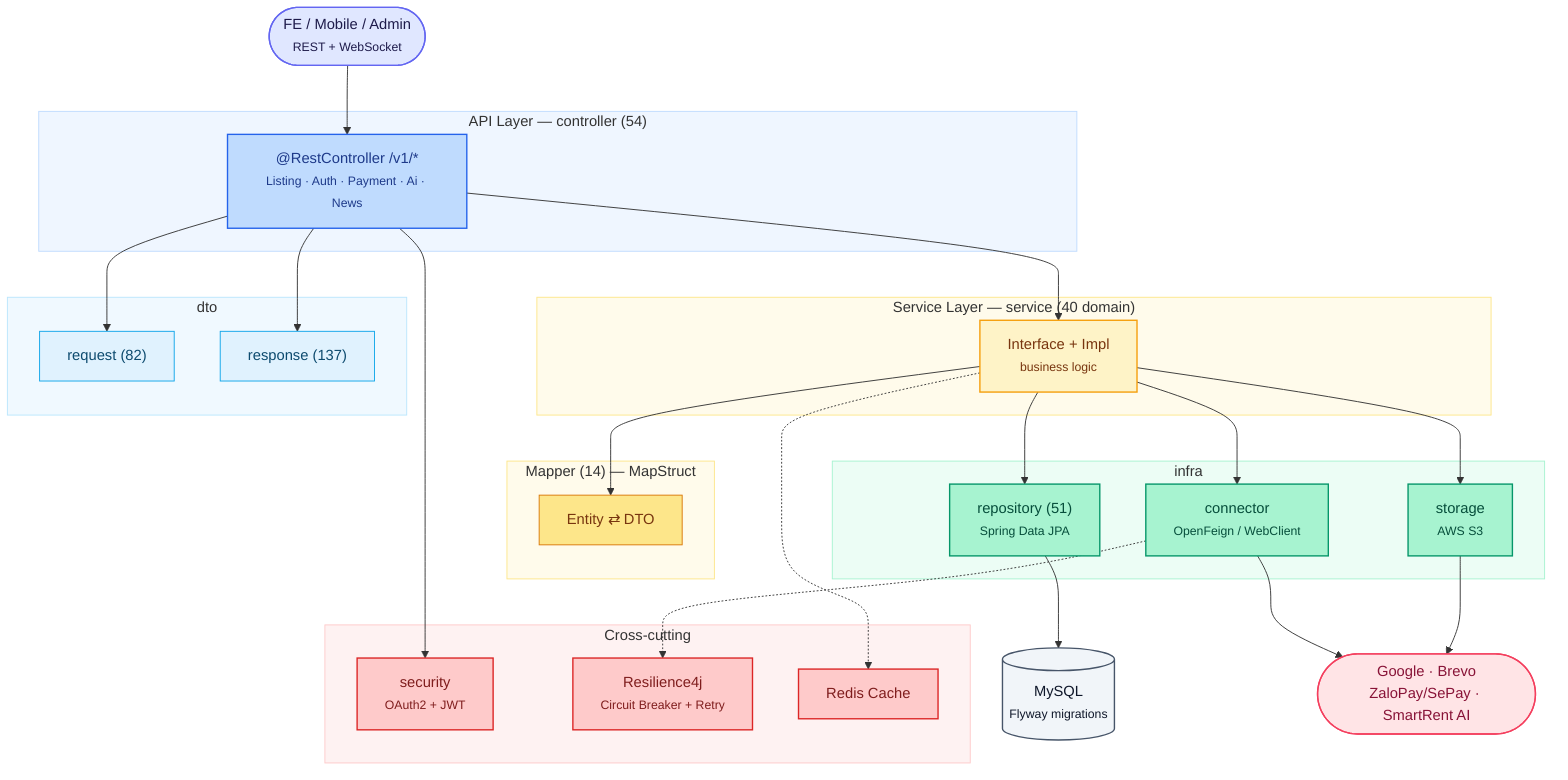
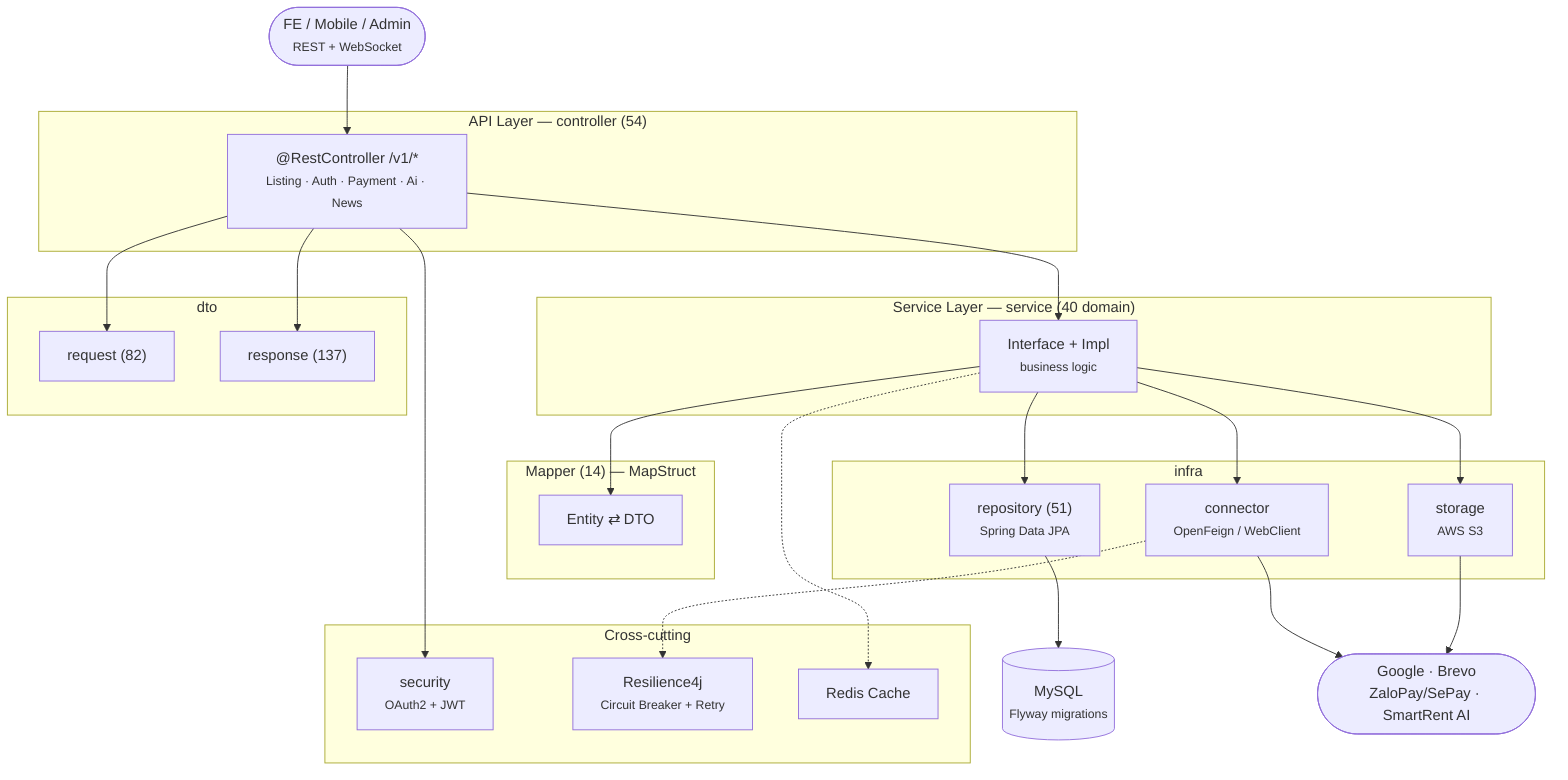
flowchart TB
 Client(["FE / Mobile / Admin<br/><small>REST + WebSocket</small>"])
 subgraph API["API Layer — controller (54)"]
 Ctrl["@RestController /v1/*<br/><small>Listing · Auth · Payment · Ai · News</small>"]
 end
 subgraph Sec["Cross-cutting"]
 Security["security<br/><small>OAuth2 + JWT</small>"]
 CB["Resilience4j<br/><small>Circuit Breaker + Retry</small>"]
 Cache["Redis Cache"]
 end
 subgraph Svc["Service Layer — service (40 domain)"]
 SvcI["Interface + Impl<br/><small>business logic</small>"]
 end
 subgraph Map["Mapper (14) — MapStruct"]
 Mapper["Entity ⇄ DTO"]
 end
 subgraph DTO["dto"]
 Req["request (82)"]
 Res["response (137)"]
 end
 subgraph Infra["infra"]
 Repo["repository (51)<br/><small>Spring Data JPA</small>"]
 Conn["connector<br/><small>OpenFeign / WebClient</small>"]
 Storage["storage<br/><small>AWS S3</small>"]
 end
 DB[("MySQL<br/><small>Flyway migrations</small>")]
 Ext(["Google · Brevo<br/>ZaloPay/SePay · SmartRent AI"])

 Client --> Ctrl
 Ctrl --> Security
 Ctrl --> SvcI
 SvcI --> Mapper
 Ctrl --> Req
 Ctrl --> Res
 SvcI --> Repo
 SvcI --> Conn
 SvcI --> Storage
 SvcI -.-> Cache
 Conn -.-> CB
 Repo --> DB
 Conn --> Ext
 Storage --> Ext
- 
-  classDef client fill:#e0e7ff,stroke:#6366f1,color:#1e1b4b,stroke-width:1.5px
-  classDef api fill:#bfdbfe,stroke:#2563eb,color:#1e3a8a,stroke-width:1.5px
-  classDef sec fill:#fecaca,stroke:#dc2626,color:#7f1d1d,stroke-width:1.5px
-  classDef svc fill:#fef3c7,stroke:#f59e0b,color:#78350f,stroke-width:1.5px
-  classDef map fill:#fde68a,stroke:#d97706,color:#78350f
-  classDef dto fill:#e0f2fe,stroke:#0ea5e9,color:#0c4a6e
-  classDef infra fill:#a7f3d0,stroke:#059669,color:#064e3b,stroke-width:1.5px
-  classDef db fill:#f1f5f9,stroke:#475569,color:#0f172a,stroke-width:1.5px
-  classDef ext fill:#ffe4e6,stroke:#f43f5e,color:#881337,stroke-width:1.5px
-  class Client client
-  class Ctrl api
-  class Security,CB,Cache sec
-  class SvcI svc
-  class Mapper map
-  class Req,Res dto
-  class Repo,Conn,Storage infra
-  class DB db
-  class Ext ext
-  style API fill:#eff6ff,stroke:#bfdbfe
-  style Sec fill:#fef2f2,stroke:#fecaca
-  style Svc fill:#fffbeb,stroke:#fde68a
-  style Map fill:#fffbeb,stroke:#fde68a
-  style DTO fill:#f0f9ff,stroke:#bae6fd
-  style Infra fill:#ecfdf5,stroke:#a7f3d0
